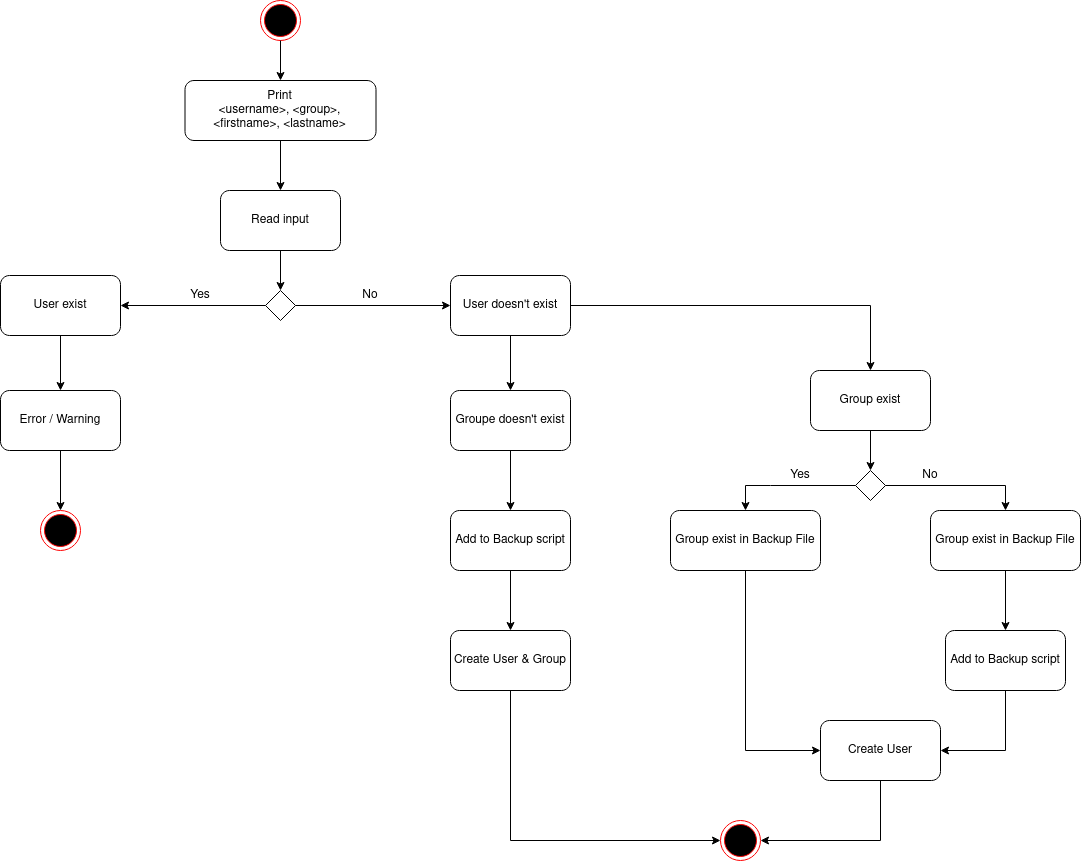
EAlbanese/Modul_122 keeps this draw.io diagram as Documents/ActivityDiagram.png. Above is the earlier version. Source tidied: cells renumbered, new cells last; positions are measured from the earlier drawing's top-left corner, leaving out a move shared by most shapes.
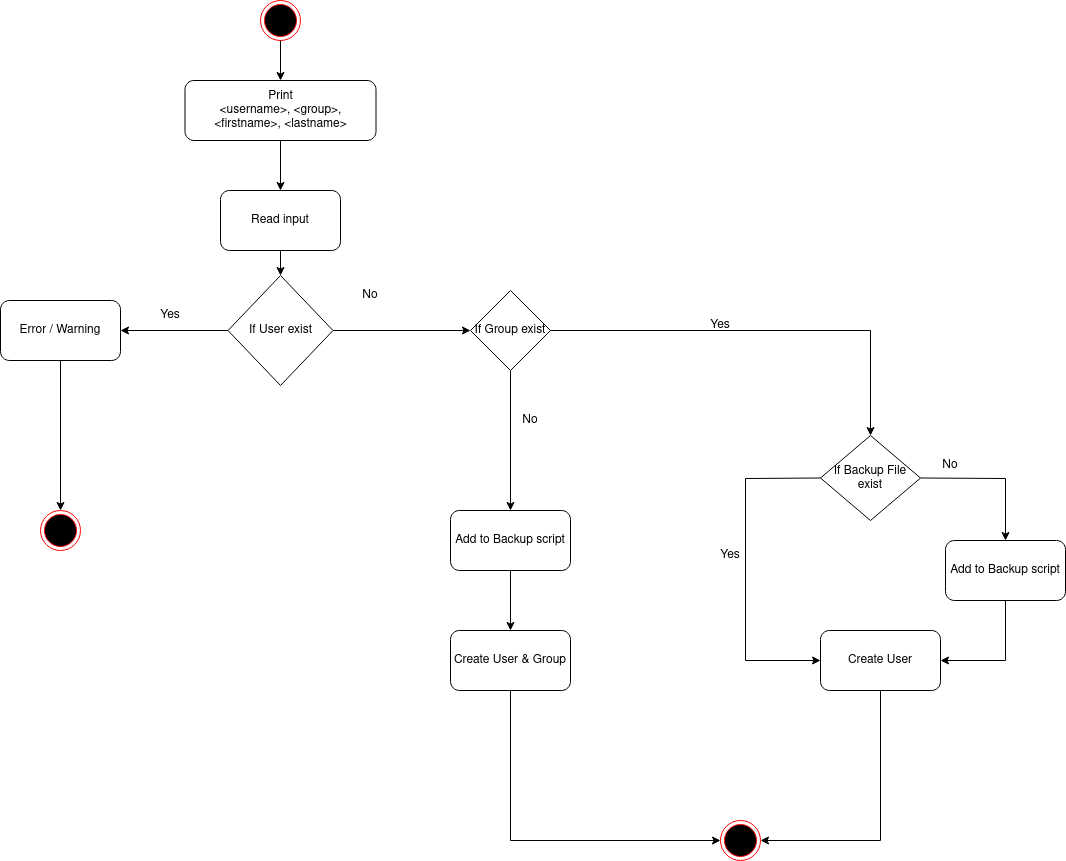
The same file after the commit.

Change to the diagram source:
```diff
@@ -17,39 +17,26 @@
     <mxCell id="6" style="endArrow=classic;html=1;rounded=0;exitX=0.5;exitY=1;exitDx=0;exitDy=0;entryX=0.5;entryY=0;entryDx=0;entryDy=0;" parent="1" edge="1" source="3" target="5">
       <mxGeometry relative="1" as="geometry" />
     </mxCell>
-    <mxCell id="7" style="rhombus;whiteSpace=wrap;html=1;fillColor=#FFFFFF;" parent="1" vertex="1">
-      <mxGeometry x="265" y="290" width="30" height="30" as="geometry" />
+    <mxCell id="7" value="If User exist" style="rhombus;whiteSpace=wrap;html=1;fillColor=#FFFFFF;" parent="1" vertex="1">
+      <mxGeometry x="227.5" y="275" width="105" height="110" as="geometry" />
     </mxCell>
     <mxCell id="8" style="endArrow=classic;html=1;rounded=0;exitX=0.5;exitY=1;exitDx=0;exitDy=0;entryX=0.5;entryY=0;entryDx=0;entryDy=0;" parent="1" edge="1" source="5" target="7">
       <mxGeometry relative="1" as="geometry" />
     </mxCell>
-    <mxCell id="9" value="User exist" style="rounded=1;whiteSpace=wrap;html=1;fillColor=#FFFFFF;" parent="1" vertex="1">
-      <mxGeometry y="275" width="120" height="60" as="geometry" />
-    </mxCell>
-    <mxCell id="10" style="endArrow=classic;html=1;rounded=0;exitX=0;exitY=0.5;exitDx=0;exitDy=0;entryX=1;entryY=0.5;entryDx=0;entryDy=0;" parent="1" edge="1" source="7" target="9">
+    <mxCell id="10" style="endArrow=classic;html=1;rounded=0;exitX=0;exitY=0.5;exitDx=0;exitDy=0;entryX=1;entryY=0.5;entryDx=0;entryDy=0;" parent="1" edge="1" source="7" target="16">
       <mxGeometry relative="1" as="geometry" />
     </mxCell>
     <mxCell id="11" value="Yes" style="text;html=1;strokeColor=none;fillColor=none;align=center;verticalAlign=middle;whiteSpace=wrap;rounded=0;" parent="1" vertex="1">
-      <mxGeometry x="170" y="280" width="60" height="30" as="geometry" />
+      <mxGeometry x="140" y="300" width="60" height="30" as="geometry" />
     </mxCell>
-    <mxCell id="12" style="endArrow=classic;html=1;rounded=0;exitX=1;exitY=0.5;exitDx=0;exitDy=0;" parent="1" edge="1" source="7">
-      <mxGeometry relative="1" as="geometry">
-        <mxPoint x="450" y="305" as="targetPoint" />
-      </mxGeometry>
+    <mxCell id="12" style="endArrow=classic;html=1;rounded=0;exitX=1;exitY=0.5;exitDx=0;exitDy=0;entryX=0;entryY=0.5;entryDx=0;entryDy=0;" parent="1" edge="1" source="7" target="43">
+      <mxGeometry relative="1" as="geometry" />
     </mxCell>
-    <mxCell id="13" value="User doesn't exist" style="rounded=1;whiteSpace=wrap;html=1;fillColor=#FFFFFF;" parent="1" vertex="1">
-      <mxGeometry x="450" y="275" width="120" height="60" as="geometry" />
-    </mxCell>
     <mxCell id="14" value="No" style="text;html=1;strokeColor=none;fillColor=none;align=center;verticalAlign=middle;whiteSpace=wrap;rounded=0;" parent="1" vertex="1">
       <mxGeometry x="340" y="280" width="60" height="30" as="geometry" />
     </mxCell>
-    <mxCell id="15" style="endArrow=classic;html=1;rounded=0;exitX=0.5;exitY=1;exitDx=0;exitDy=0;" parent="1" edge="1" source="9">
-      <mxGeometry relative="1" as="geometry">
-        <mxPoint x="60" y="390" as="targetPoint" />
-      </mxGeometry>
-    </mxCell>
     <mxCell id="16" value="Error / Warning" style="rounded=1;whiteSpace=wrap;html=1;fillColor=#FFFFFF;" parent="1" vertex="1">
-      <mxGeometry y="390" width="120" height="60" as="geometry" />
+      <mxGeometry y="300" width="120" height="60" as="geometry" />
     </mxCell>
     <mxCell id="17" style="endArrow=classic;html=1;rounded=0;exitX=0.5;exitY=1;exitDx=0;exitDy=0;" parent="1" edge="1" source="16">
       <mxGeometry relative="1" as="geometry">
@@ -59,9 +46,6 @@
     <mxCell id="18" style="ellipse;html=1;shape=endState;fillColor=#000000;strokeColor=#ff0000;" parent="1" vertex="1">
       <mxGeometry x="40" y="510" width="40" height="40" as="geometry" />
     </mxCell>
-    <mxCell id="19" value="Groupe doesn't exist" style="rounded=1;whiteSpace=wrap;html=1;fillColor=#FFFFFF;" parent="1" vertex="1">
-      <mxGeometry x="450" y="390" width="120" height="60" as="geometry" />
-    </mxCell>
     <mxCell id="20" value="Add to Backup script" style="rounded=1;whiteSpace=wrap;html=1;fillColor=#FFFFFF;" parent="1" vertex="1">
       <mxGeometry x="450" y="510" width="120" height="60" as="geometry" />
     </mxCell>
@@ -71,12 +55,9 @@
     <mxCell id="22" style="ellipse;html=1;shape=endState;fillColor=#000000;strokeColor=#ff0000;" parent="1" vertex="1">
       <mxGeometry x="720" y="820" width="40" height="40" as="geometry" />
     </mxCell>
-    <mxCell id="23" style="endArrow=classic;html=1;rounded=0;exitX=0.5;exitY=1;exitDx=0;exitDy=0;entryX=0.5;entryY=0;entryDx=0;entryDy=0;" parent="1" edge="1" source="13" target="19">
+    <mxCell id="23" style="endArrow=classic;html=1;rounded=0;exitX=0.5;exitY=1;exitDx=0;exitDy=0;entryX=0.5;entryY=0;entryDx=0;entryDy=0;" parent="1" edge="1" source="43" target="20">
       <mxGeometry relative="1" as="geometry" />
     </mxCell>
-    <mxCell id="24" style="endArrow=classic;html=1;rounded=0;exitX=0.5;exitY=1;exitDx=0;exitDy=0;entryX=0.5;entryY=0;entryDx=0;entryDy=0;" parent="1" edge="1" source="19" target="20">
-      <mxGeometry relative="1" as="geometry" />
-    </mxCell>
     <mxCell id="25" style="endArrow=classic;html=1;rounded=0;exitX=0.5;exitY=1;exitDx=0;exitDy=0;entryX=0.5;entryY=0;entryDx=0;entryDy=0;" parent="1" edge="1" source="20" target="21">
       <mxGeometry relative="1" as="geometry" />
     </mxCell>
@@ -87,69 +68,40 @@
         </Array>
       </mxGeometry>
     </mxCell>
-    <mxCell id="27" value="Group exist" style="rounded=1;whiteSpace=wrap;html=1;fillColor=#FFFFFF;" parent="1" vertex="1">
-      <mxGeometry x="810" y="370" width="120" height="60" as="geometry" />
-    </mxCell>
-    <mxCell id="28" style="endArrow=classic;html=1;rounded=0;exitX=1;exitY=0.5;exitDx=0;exitDy=0;entryX=0.5;entryY=0;entryDx=0;entryDy=0;" parent="1" edge="1" source="13" target="27">
-      <mxGeometry relative="1" as="geometry">
-        <Array as="points">
-          <mxPoint x="870" y="305" />
-        </Array>
-      </mxGeometry>
-    </mxCell>
-    <mxCell id="29" style="rhombus;whiteSpace=wrap;html=1;fillColor=#FFFFFF;" parent="1" vertex="1">
-      <mxGeometry x="855" y="470" width="30" height="30" as="geometry" />
+    <mxCell id="29" value="If Backup File exist" style="rhombus;whiteSpace=wrap;html=1;fillColor=#FFFFFF;" parent="1" vertex="1">
+      <mxGeometry x="820" y="435" width="100" height="85" as="geometry" />
     </mxCell>
-    <mxCell id="30" style="endArrow=classic;html=1;rounded=0;exitX=0.5;exitY=1;exitDx=0;exitDy=0;entryX=0.5;entryY=0;entryDx=0;entryDy=0;" parent="1" edge="1" source="27" target="29">
-      <mxGeometry relative="1" as="geometry" />
+    <mxCell id="30" style="endArrow=classic;html=1;rounded=0;exitX=1;exitY=0.5;exitDx=0;exitDy=0;entryX=0.5;entryY=0;entryDx=0;entryDy=0;" parent="1" edge="1" source="43" target="29">
+      <mxGeometry relative="1" as="geometry">
+        <Array as="points">
+          <mxPoint x="870" y="330" />
+        </Array>
+      </mxGeometry>
     </mxCell>
-    <mxCell id="31" value="Group exist in Backup File" style="rounded=1;whiteSpace=wrap;html=1;fillColor=#FFFFFF;" parent="1" vertex="1">
-      <mxGeometry x="670" y="510" width="150" height="60" as="geometry" />
-    </mxCell>
-    <mxCell id="32" style="endArrow=classic;html=1;rounded=0;exitX=1;exitY=0.5;exitDx=0;exitDy=0;entryX=0.5;entryY=0;entryDx=0;entryDy=0;" parent="1" edge="1" source="29" target="35">
-      <mxGeometry relative="1" as="geometry">
-        <Array as="points">
-          <mxPoint x="1005" y="485" />
-        </Array>
-      </mxGeometry>
-    </mxCell>
     <mxCell id="33" value="Yes" style="text;html=1;strokeColor=none;fillColor=none;align=center;verticalAlign=middle;whiteSpace=wrap;rounded=0;" parent="1" vertex="1">
-      <mxGeometry x="770" y="460" width="60" height="30" as="geometry" />
+      <mxGeometry x="700" y="540" width="60" height="30" as="geometry" />
     </mxCell>
     <mxCell id="34" value="No" style="text;html=1;strokeColor=none;fillColor=none;align=center;verticalAlign=middle;whiteSpace=wrap;rounded=0;" parent="1" vertex="1">
-      <mxGeometry x="900" y="460" width="60" height="30" as="geometry" />
+      <mxGeometry x="920" y="450" width="60" height="30" as="geometry" />
     </mxCell>
-    <mxCell id="35" value="Group exist in Backup File" style="rounded=1;whiteSpace=wrap;html=1;fillColor=#FFFFFF;" parent="1" vertex="1">
-      <mxGeometry x="930" y="510" width="150" height="60" as="geometry" />
-    </mxCell>
-    <mxCell id="36" style="endArrow=classic;html=1;rounded=0;exitX=0;exitY=0.5;exitDx=0;exitDy=0;entryX=0.5;entryY=0;entryDx=0;entryDy=0;" parent="1" edge="1" source="29" target="31">
-      <mxGeometry relative="1" as="geometry">
-        <Array as="points">
-          <mxPoint x="770" y="485" />
-          <mxPoint x="745" y="485" />
-        </Array>
-      </mxGeometry>
-    </mxCell>
     <mxCell id="37" value="Add to Backup script" style="rounded=1;whiteSpace=wrap;html=1;fillColor=#FFFFFF;" parent="1" vertex="1">
-      <mxGeometry x="945" y="630" width="120" height="60" as="geometry" />
+      <mxGeometry x="945" y="540" width="120" height="60" as="geometry" />
     </mxCell>
-    <mxCell id="38" style="endArrow=classic;html=1;rounded=0;exitX=0.5;exitY=1;exitDx=0;exitDy=0;" parent="1" edge="1" source="35" target="37">
-      <mxGeometry relative="1" as="geometry" />
-    </mxCell>
     <mxCell id="39" value="Create User" style="rounded=1;whiteSpace=wrap;html=1;fillColor=#FFFFFF;" parent="1" vertex="1">
-      <mxGeometry x="820" y="720" width="120" height="60" as="geometry" />
+      <mxGeometry x="820" y="630" width="120" height="60" as="geometry" />
     </mxCell>
     <mxCell id="40" style="endArrow=classic;html=1;rounded=0;exitX=0.5;exitY=1;exitDx=0;exitDy=0;entryX=1;entryY=0.5;entryDx=0;entryDy=0;" parent="1" edge="1" source="37" target="39">
       <mxGeometry relative="1" as="geometry">
         <Array as="points">
-          <mxPoint x="1005" y="750" />
+          <mxPoint x="1005" y="660" />
         </Array>
       </mxGeometry>
     </mxCell>
-    <mxCell id="41" style="endArrow=classic;html=1;rounded=0;exitX=0.5;exitY=1;exitDx=0;exitDy=0;entryX=0;entryY=0.5;entryDx=0;entryDy=0;" parent="1" edge="1" source="31" target="39">
+    <mxCell id="41" style="endArrow=classic;html=1;rounded=0;exitX=0;exitY=0.5;exitDx=0;exitDy=0;entryX=0;entryY=0.5;entryDx=0;entryDy=0;" parent="1" edge="1" source="29" target="39">
       <mxGeometry relative="1" as="geometry">
         <Array as="points">
-          <mxPoint x="745" y="750" />
+          <mxPoint x="745" y="478" />
+          <mxPoint x="745" y="660" />
         </Array>
       </mxGeometry>
     </mxCell>
@@ -160,5 +112,21 @@
         </Array>
       </mxGeometry>
     </mxCell>
+    <mxCell id="43" value="If Group exist" style="rhombus;whiteSpace=wrap;html=1;" parent="1" vertex="1">
+      <mxGeometry x="470" y="290" width="80" height="80" as="geometry" />
+    </mxCell>
+    <mxCell id="44" value="No" style="text;html=1;strokeColor=none;fillColor=none;align=center;verticalAlign=middle;whiteSpace=wrap;rounded=0;" parent="1" vertex="1">
+      <mxGeometry x="500" y="405" width="60" height="30" as="geometry" />
+    </mxCell>
+    <mxCell id="45" value="Yes" style="text;html=1;strokeColor=none;fillColor=none;align=center;verticalAlign=middle;whiteSpace=wrap;rounded=0;" parent="1" vertex="1">
+      <mxGeometry x="690" y="310" width="60" height="30" as="geometry" />
+    </mxCell>
+    <mxCell id="46" style="endArrow=classic;html=1;rounded=0;exitX=1;exitY=0.5;exitDx=0;exitDy=0;entryX=0.5;entryY=0;entryDx=0;entryDy=0;" parent="1" edge="1" source="29" target="37">
+      <mxGeometry relative="1" as="geometry">
+        <Array as="points">
+          <mxPoint x="1005" y="478" />
+        </Array>
+      </mxGeometry>
+    </mxCell>
   </root>
 </mxGraphModel>
```
